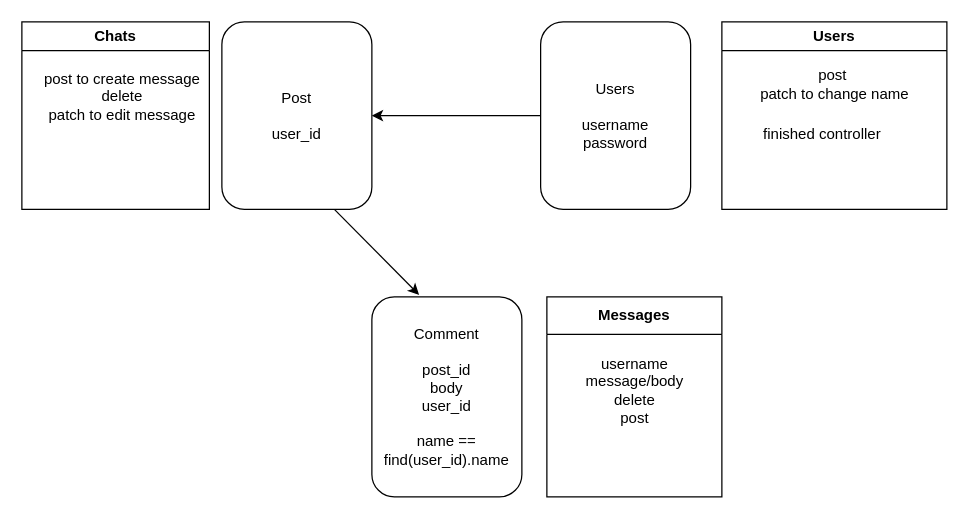
The draw.io diagram backend.drawio in bennysuf/phase-3-sinatra-react-project, before the edit. Source tidied: cells renumbered, new cells numbered last; positions are measured from the earlier drawing's top-left corner, leaving out a move shared by most shapes. Both pictures are drawn from the tidied source at 125%, with x=0, y=0 at pixel (21, 21).
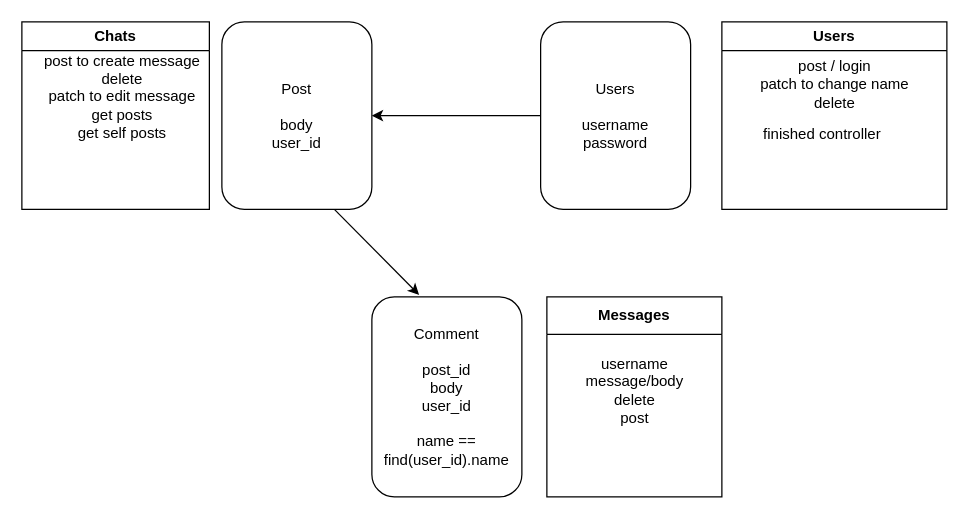
The same diagram, later.

Change to the diagram source:
```diff
@@
 <mxGraphModel>
   <root>
     <mxCell id="0" />
     <mxCell id="1" parent="0" />
     <mxCell id="2" style="edgeStyle=none;html=1;exitX=0.75;exitY=1;exitDx=0;exitDy=0;entryX=0.315;entryY=-0.01;entryDx=0;entryDy=0;entryPerimeter=0;" parent="1" edge="1" source="3" target="6">
       <mxGeometry relative="1" as="geometry" />
     </mxCell>
-    <mxCell id="3" value="Post&lt;br&gt;&lt;br&gt;user_id&lt;br&gt;" style="rounded=1;whiteSpace=wrap;html=1;" parent="1" vertex="1">
+    <mxCell id="3" value="Post&lt;br&gt;&lt;br&gt;body&lt;br&gt;user_id" style="rounded=1;whiteSpace=wrap;html=1;" parent="1" vertex="1">
       <mxGeometry x="160" width="120" height="150" as="geometry" />
     </mxCell>
     <mxCell id="4" style="edgeStyle=none;html=1;exitX=0;exitY=0.5;exitDx=0;exitDy=0;entryX=1;entryY=0.5;entryDx=0;entryDy=0;" parent="1" edge="1" source="5" target="3">
       <mxGeometry relative="1" as="geometry" />
     </mxCell>
     <mxCell id="5" value="Users&lt;br&gt;&lt;br&gt;username&lt;br&gt;password" style="rounded=1;whiteSpace=wrap;html=1;" parent="1" vertex="1">
       <mxGeometry x="415" width="120" height="150" as="geometry" />
     </mxCell>
     <mxCell id="6" value="Comment&lt;br&gt;&lt;br&gt;post_id&lt;br&gt;body&lt;br&gt;user_id&lt;br&gt;&lt;br&gt;name == find(user_id).name" style="rounded=1;whiteSpace=wrap;html=1;" parent="1" vertex="1">
       <mxGeometry x="280" y="220" width="120" height="160" as="geometry" />
     </mxCell>
     <mxCell id="7" value="Messages" style="swimlane;whiteSpace=wrap;html=1;startSize=30;" parent="1" vertex="1">
       <mxGeometry x="420" y="220" width="140" height="160" as="geometry" />
     </mxCell>
     <mxCell id="8" value="username&lt;br&gt;message/body&lt;br&gt;delete&lt;br&gt;post" style="text;html=1;align=center;verticalAlign=middle;strokeColor=none;fillColor=none;" parent="7" vertex="1">
       <mxGeometry x="20" y="40" width="100" height="70" as="geometry" />
     </mxCell>
     <mxCell id="9" value="Chats" style="swimlane;whiteSpace=wrap;html=1;" parent="1" vertex="1">
       <mxGeometry width="150" height="150" as="geometry" />
     </mxCell>
-    <mxCell id="10" value="post to create message&lt;br&gt;delete&lt;br&gt;patch to edit message" style="text;html=1;align=center;verticalAlign=middle;strokeColor=none;fillColor=none;" parent="1" vertex="1">
-      <mxGeometry x="5" y="30" width="150" height="60" as="geometry" />
+    <mxCell id="10" value="post to create message&lt;br&gt;delete&lt;br&gt;patch to edit message&lt;br&gt;get posts&lt;br&gt;get self posts" style="text;html=1;align=center;verticalAlign=middle;strokeColor=none;fillColor=none;" parent="1" vertex="1">
+      <mxGeometry x="5" y="15" width="150" height="90" as="geometry" />
     </mxCell>
     <mxCell id="11" value="Users" style="swimlane;whiteSpace=wrap;html=1;" parent="1" vertex="1">
       <mxGeometry x="560" width="180" height="150" as="geometry" />
     </mxCell>
-    <mxCell id="12" value="post&amp;nbsp;&lt;br&gt;patch to change name" style="text;html=1;align=center;verticalAlign=middle;strokeColor=none;fillColor=none;" parent="11" vertex="1">
-      <mxGeometry x="20" y="30" width="140" height="40" as="geometry" />
+    <mxCell id="12" value="post / login&lt;br&gt;patch to change name&lt;br&gt;delete" style="text;html=1;align=center;verticalAlign=middle;strokeColor=none;fillColor=none;" parent="11" vertex="1">
+      <mxGeometry x="20" y="20" width="140" height="60" as="geometry" />
     </mxCell>
     <mxCell id="13" value="finished controller" style="text;html=1;align=center;verticalAlign=middle;strokeColor=none;fillColor=none;" parent="1" vertex="1">
       <mxGeometry x="580" y="75" width="120" height="30" as="geometry" />
     </mxCell>
   </root>
 </mxGraphModel>
```
